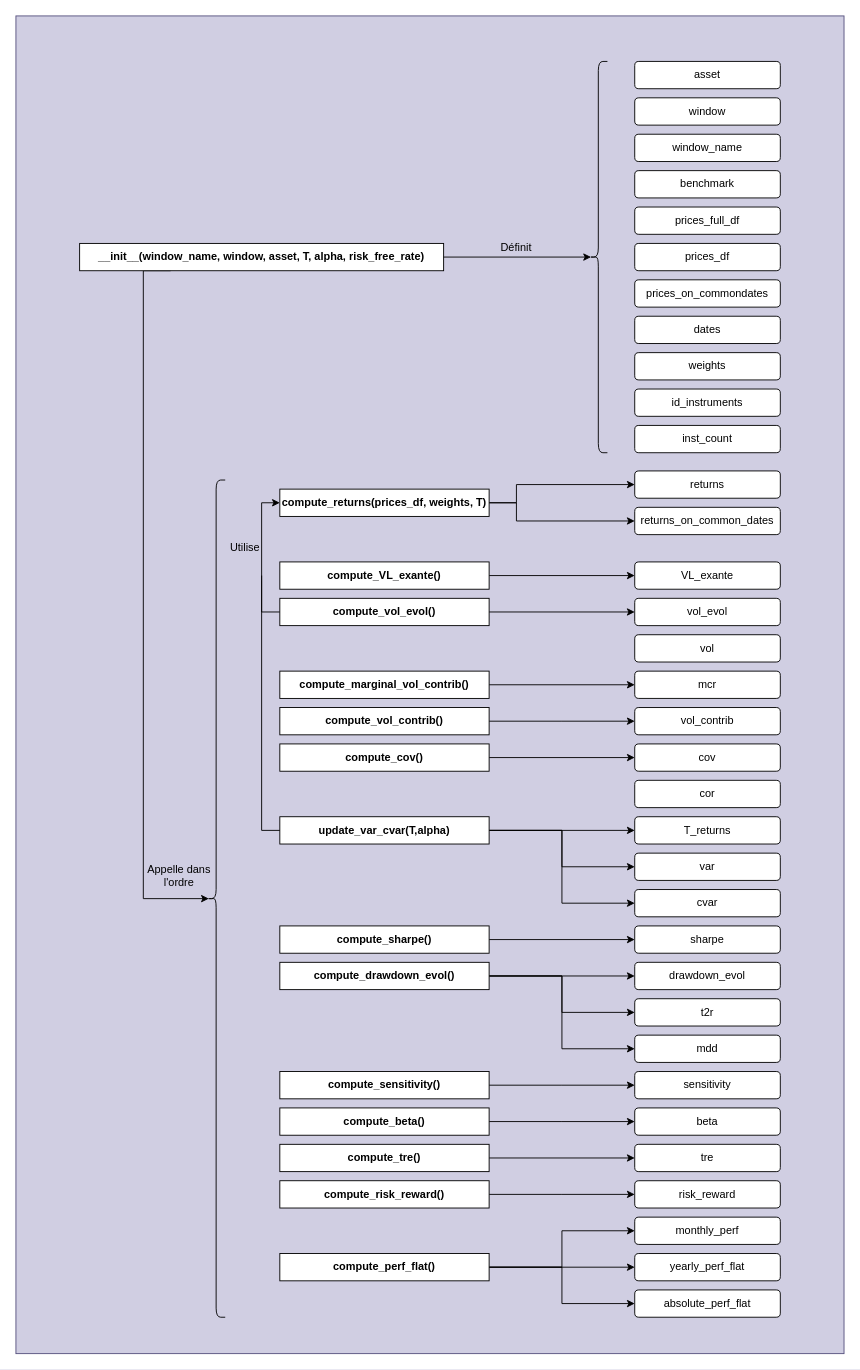
salimelouahdani/DrawIO keeps this draw.io diagram as Metrics.drawio. Above is the earlier version. Source tidied: cells renumbered, new cells numbered last; positions are measured from the earlier drawing's top-left corner, leaving out a move shared by most shapes. Both pictures are drawn from the tidied source at 91%, with x=0, y=0 at pixel (15, 15).
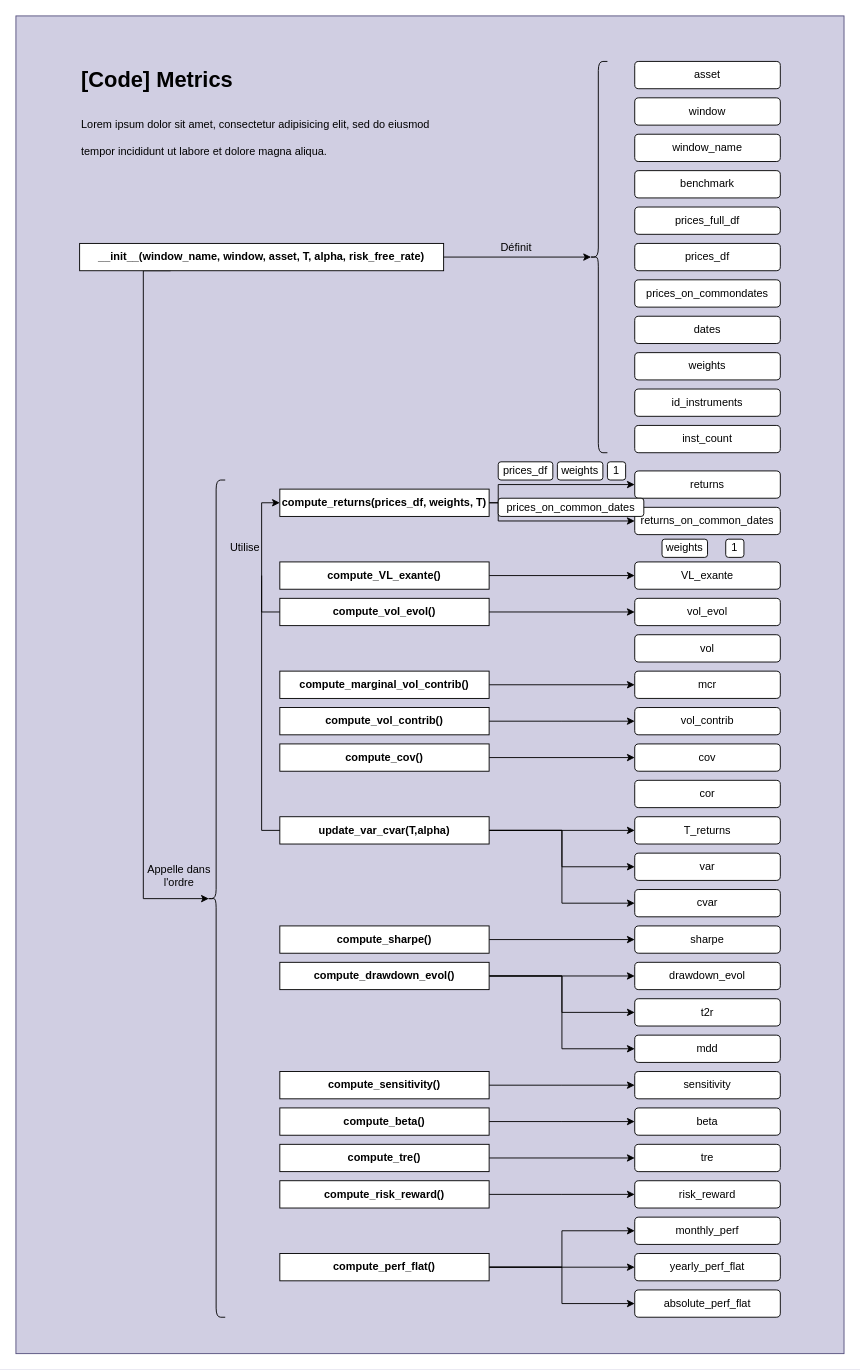
After the change.

Commit message (it also covers changes not shown here):
Mettre à jour Metrics.drawio

Unchanged cells that the change refers to:
```xml
<mxCell id="5" value="&lt;b&gt;compute_returns(prices_df, weights, T)&lt;/b&gt;" style="rounded=0;whiteSpace=wrap;html=1;" parent="1" vertex="1">
  <mxGeometry x="290" y="520" width="230" height="30" as="geometry" />
</mxCell>
<mxCell id="42" value="returns" style="rounded=1;whiteSpace=wrap;html=1;" parent="1" vertex="1">
  <mxGeometry x="680" y="500" width="160" height="30" as="geometry" />
</mxCell>
<mxCell id="43" value="returns_on_common_dates" style="rounded=1;whiteSpace=wrap;html=1;" parent="1" vertex="1">
  <mxGeometry x="680" y="540" width="160" height="30" as="geometry" />
</mxCell>
```

Diff of the diagram source:
```diff
@@
     <mxCell id="3" style="edgeStyle=orthogonalEdgeStyle;rounded=0;jettySize=auto;html=1;entryX=0;entryY=0.5;entryDx=0;entryDy=0;" parent="1" edge="1" source="5" target="42">
       <mxGeometry relative="1" as="geometry">
         <Array as="points">
-          <mxPoint x="550" y="535" />
-          <mxPoint x="550" y="515" />
+          <mxPoint x="530" y="535" />
+          <mxPoint x="530" y="515" />
         </Array>
       </mxGeometry>
     </mxCell>
     <mxCell id="4" style="edgeStyle=orthogonalEdgeStyle;rounded=0;jettySize=auto;html=1;entryX=0;entryY=0.5;entryDx=0;entryDy=0;" parent="1" edge="1" source="5" target="43">
       <mxGeometry relative="1" as="geometry">
         <Array as="points">
-          <mxPoint x="550" y="535" />
-          <mxPoint x="550" y="555" />
+          <mxPoint x="530" y="535" />
+          <mxPoint x="530" y="555" />
         </Array>
       </mxGeometry>
     </mxCell>
@@
+    <mxCell id="82" value="&lt;h1 style=&quot;margin-top: 0px;&quot;&gt;&lt;span style=&quot;background-color: transparent; color: light-dark(rgb(0, 0, 0), rgb(255, 255, 255));&quot;&gt;[Code] Metrics&amp;nbsp;&lt;/span&gt;&lt;/h1&gt;&lt;h1 style=&quot;margin-top: 0px;&quot;&gt;&lt;span style=&quot;background-color: transparent; color: light-dark(rgb(0, 0, 0), rgb(255, 255, 255)); font-size: 12px; font-weight: normal;&quot;&gt;Lorem ipsum dolor sit amet, consectetur adipisicing elit, sed do eiusmod tempor incididunt ut labore et dolore magna aliqua.&lt;/span&gt;&lt;/h1&gt;" style="text;html=1;whiteSpace=wrap;overflow=hidden;rounded=0;" parent="1" vertex="1">
+      <mxGeometry x="70" y="50" width="390" height="120" as="geometry" />
+    </mxCell>
+    <mxCell id="83" value="prices_df" style="rounded=1;whiteSpace=wrap;html=1;" parent="1" vertex="1">
+      <mxGeometry x="530" y="490" width="60" height="20" as="geometry" />
+    </mxCell>
+    <mxCell id="84" value="weights" style="rounded=1;whiteSpace=wrap;html=1;" parent="1" vertex="1">
+      <mxGeometry x="595" y="490" width="50" height="20" as="geometry" />
+    </mxCell>
+    <mxCell id="85" value="1" style="rounded=1;whiteSpace=wrap;html=1;" parent="1" vertex="1">
+      <mxGeometry x="650" y="490" width="20" height="20" as="geometry" />
+    </mxCell>
+    <mxCell id="86" value="prices_on_common_dates" style="rounded=1;whiteSpace=wrap;html=1;" parent="1" vertex="1">
+      <mxGeometry x="530" y="530" width="160" height="20" as="geometry" />
+    </mxCell>
+    <mxCell id="87" value="weights" style="rounded=1;whiteSpace=wrap;html=1;" parent="1" vertex="1">
+      <mxGeometry x="710" y="575" width="50" height="20" as="geometry" />
+    </mxCell>
+    <mxCell id="88" value="1" style="rounded=1;whiteSpace=wrap;html=1;" parent="1" vertex="1">
+      <mxGeometry x="780" y="575" width="20" height="20" as="geometry" />
+    </mxCell>
```
